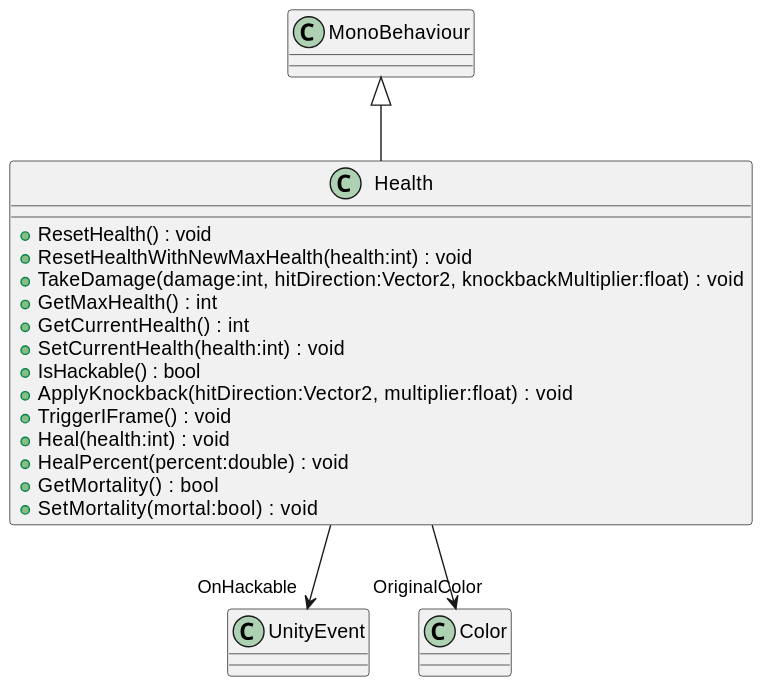
The PlantUML diagram UML/Combat/Health.svg in KawinM23/TakeControl, before a commit.
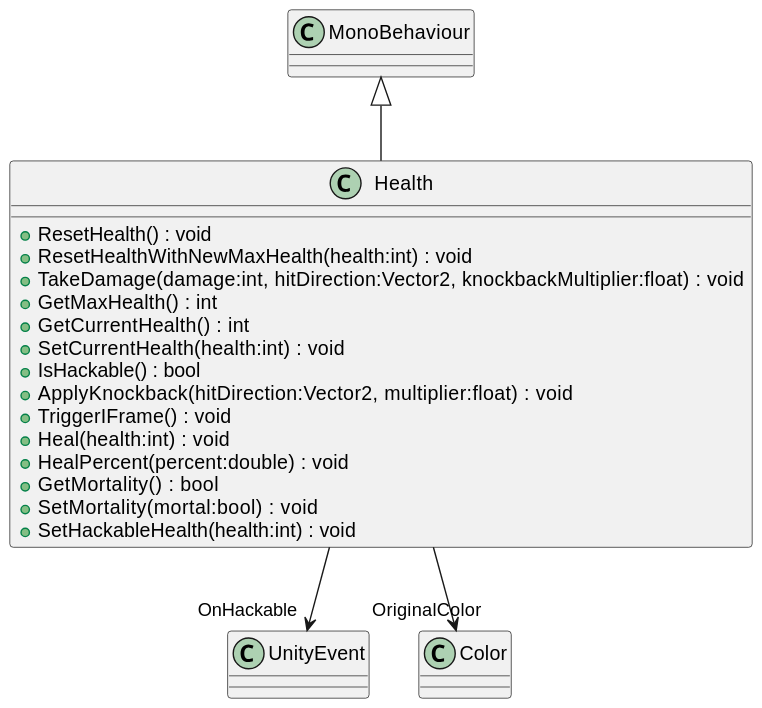
Above is the later version.

Diff of the diagram source:
```diff
@@ -13,6 +13,7 @@
     + HealPercent(percent:double) : void
     + GetMortality() : bool
     + SetMortality(mortal:bool) : void
+    + SetHackableHealth(health:int) : void
 }
 MonoBehaviour <|-- Health
 Health --> "OnHackable" UnityEvent
```
